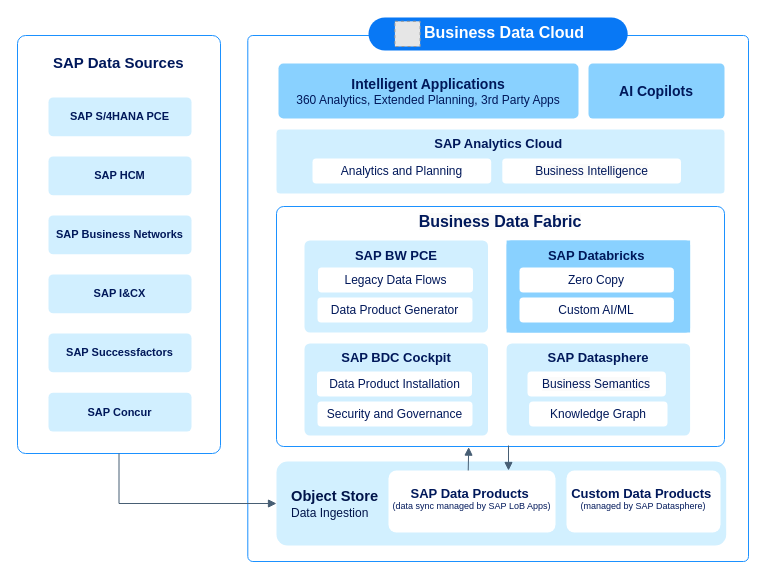
Before: docs/ref-arch/RA0013/5-sap-databricks-in-business-data-cloud/drawio/bdc-databricks.drawio in SAP/architecture-center, a draw.io diagram. Source tidied: cells renumbered, new cells numbered last; positions are measured from the earlier drawing's top-left corner, leaving out a move shared by most shapes. Both pictures are drawn from the tidied source at 100%, with x=0, y=0 at pixel (17, 17). Pictures stored in the file or linked from it are replaced by grey dashed boxes.
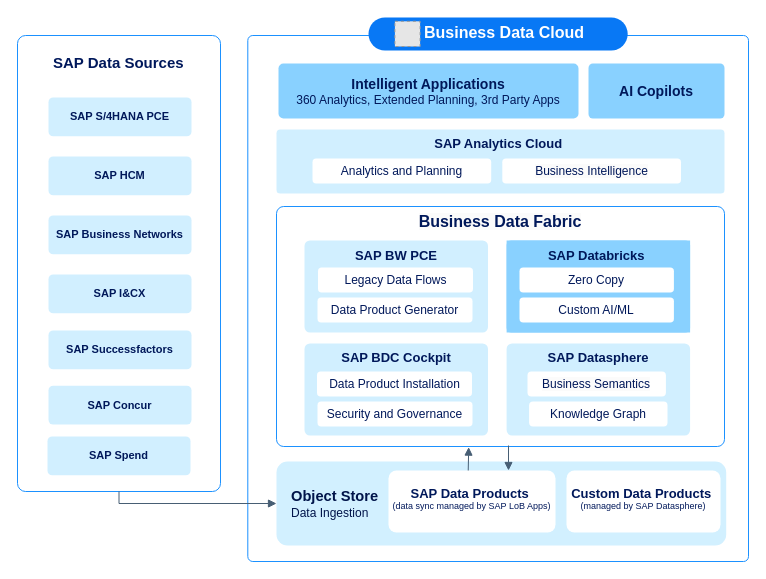
Above is the later version.

Change to the diagram source:
```diff
@@
     <mxCell id="6" style="rounded=1;whiteSpace=wrap;html=1;align=center;fontStyle=1;verticalAlign=middle;strokeColor=light-dark(#1b91ff, #6a6a6a);fillColor=default;strokeWidth=1;fontSize=12;fontFamily=Helvetica;fontColor=default;arcSize=4;" parent="1" vertex="1">
-      <mxGeometry y="18" width="203" height="418" as="geometry" />
+      <mxGeometry y="18" width="203" height="456" as="geometry" />
     </mxCell>
@@
     <mxCell id="36" value="&lt;font&gt;&lt;span&gt;SAP Successfactors&lt;/span&gt;&lt;/font&gt;" style="rounded=1;whiteSpace=wrap;html=1;strokeColor=none;strokeWidth=1.5;fillColor=#D1EFFF;align=center;verticalAlign=middle;fontSize=11;fontFamily=Helvetica;fontColor=light-dark(#00185A,#CCDDFF);arcSize=12;flipV=0;flipH=1;fontStyle=1;gradientColor=none;gradientDirection=south;" parent="1" vertex="1">
-      <mxGeometry x="31" y="316" width="143" height="38.8" as="geometry" />
+      <mxGeometry x="31" y="313" width="143" height="38.8" as="geometry" />
     </mxCell>
     <mxCell id="37" value="&lt;font&gt;&lt;span&gt;SAP Concur&lt;/span&gt;&lt;/font&gt;" style="rounded=1;whiteSpace=wrap;html=1;strokeColor=none;strokeWidth=1.5;fillColor=#D1EFFF;align=center;verticalAlign=middle;fontSize=11;fontFamily=Helvetica;fontColor=light-dark(#00185A,#CCDDFF);arcSize=12;flipV=0;flipH=1;fontStyle=1;gradientColor=none;gradientDirection=south;" parent="1" vertex="1">
-      <mxGeometry x="31" y="375.2" width="143" height="38.8" as="geometry" />
+      <mxGeometry x="31" y="368.2" width="143" height="38.8" as="geometry" />
     </mxCell>
@@
+    <mxCell id="44" value="&lt;font&gt;&lt;span&gt;SAP Spend&lt;/span&gt;&lt;/font&gt;" style="rounded=1;whiteSpace=wrap;html=1;strokeColor=none;strokeWidth=1.5;fillColor=#D1EFFF;align=center;verticalAlign=middle;fontSize=11;fontFamily=Helvetica;fontColor=light-dark(#00185A,#CCDDFF);arcSize=12;flipV=0;flipH=1;fontStyle=1;gradientColor=none;gradientDirection=south;" parent="1" vertex="1">
+      <mxGeometry x="30" y="419" width="143" height="38.8" as="geometry" />
+    </mxCell>
```
